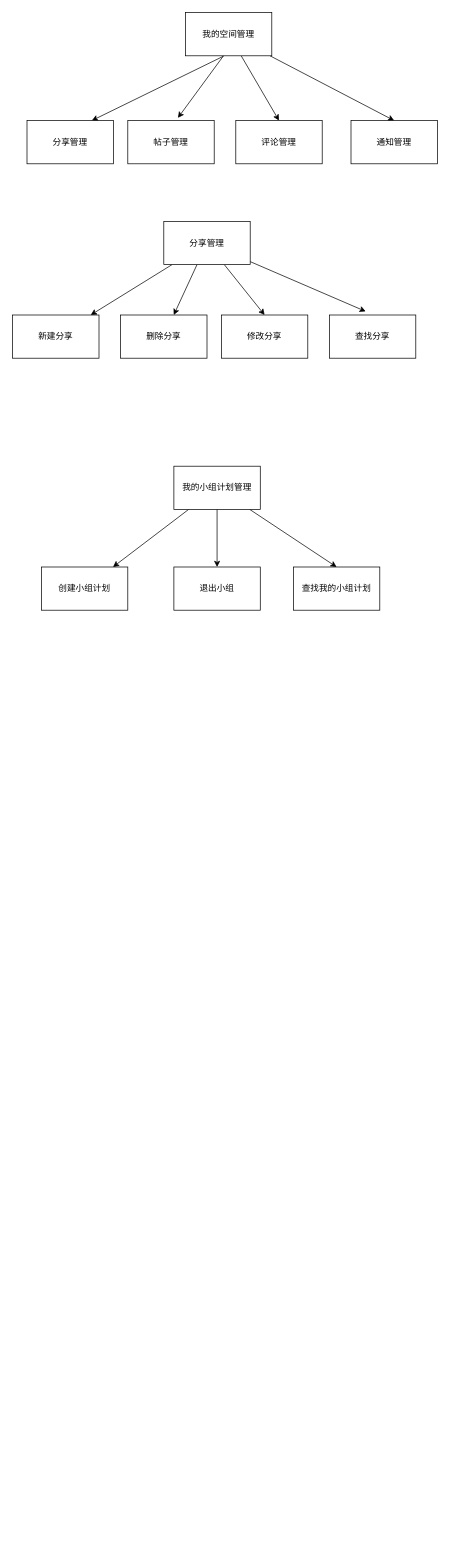
Before: mySpace_module.drawio in JohnnyLin12/GJR_BBS, a draw.io diagram. Source tidied: cells renumbered, new cells numbered last; positions are measured from the earlier drawing's top-left corner, leaving out a move shared by most shapes. Both pictures are drawn from the tidied source at 72%, with x=0, y=0 at pixel (12, 12).
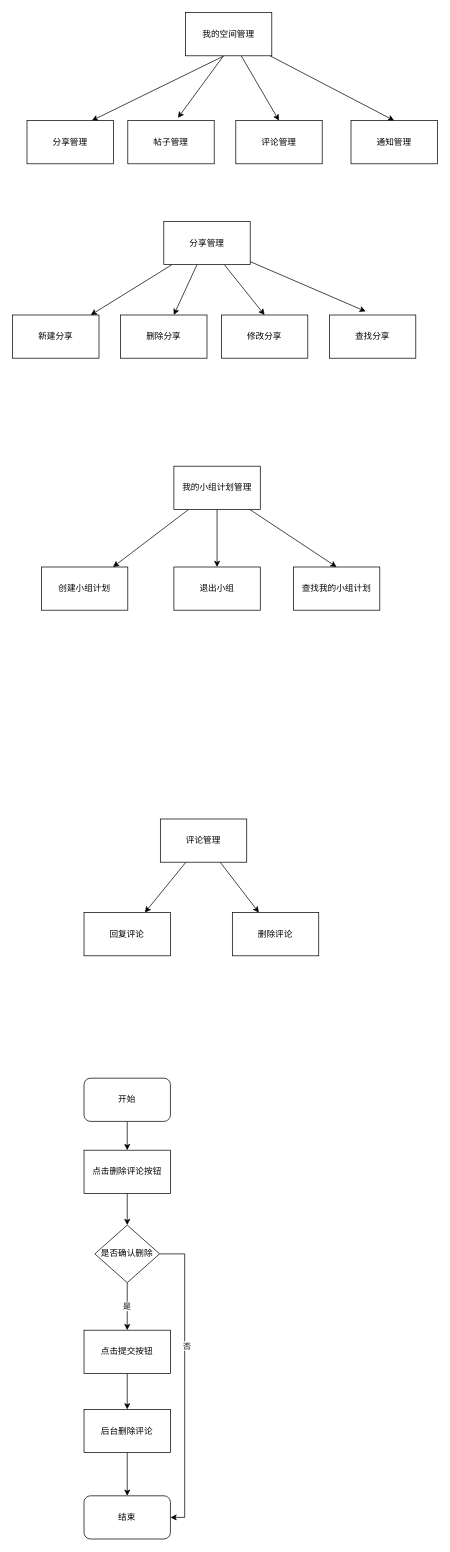
The same diagram, later.

Diff of the diagram source:
```diff
@@
+    <mxCell id="29" style="edgeStyle=none;rounded=0;jettySize=auto;html=1;" parent="1" edge="1" source="31" target="32">
+      <mxGeometry relative="1" as="geometry" />
+    </mxCell>
+    <mxCell id="30" style="edgeStyle=none;rounded=0;jettySize=auto;html=1;" parent="1" edge="1" source="31" target="33">
+      <mxGeometry relative="1" as="geometry" />
+    </mxCell>
+    <mxCell id="31" value="评论管理" style="rounded=0;whiteSpace=wrap;html=1;" parent="1" vertex="1">
+      <mxGeometry x="205.2" y="1120" width="120" height="60" as="geometry" />
+    </mxCell>
+    <mxCell id="32" value="回复评论" style="rounded=0;whiteSpace=wrap;html=1;" parent="1" vertex="1">
+      <mxGeometry x="99.2" y="1250" width="120" height="60" as="geometry" />
+    </mxCell>
+    <mxCell id="33" value="删除评论" style="rounded=0;whiteSpace=wrap;html=1;" parent="1" vertex="1">
+      <mxGeometry x="305.2" y="1250" width="120" height="60" as="geometry" />
+    </mxCell>
+    <mxCell id="34" style="edgeStyle=none;rounded=0;orthogonalLoop=1;jettySize=auto;html=1;exitX=1;exitY=0.5;exitDx=0;exitDy=0;" parent="1" edge="1">
+      <mxGeometry relative="1" as="geometry">
+        <mxPoint x="499.8" y="1290" as="sourcePoint" />
+        <mxPoint x="499.8" y="1290" as="targetPoint" />
+      </mxGeometry>
+    </mxCell>
+    <mxCell id="35" style="edgeStyle=orthogonalEdgeStyle;rounded=0;jettySize=auto;html=1;entryX=0.5;entryY=0;entryDx=0;entryDy=0;" parent="1" edge="1" source="36" target="38">
+      <mxGeometry relative="1" as="geometry" />
+    </mxCell>
+    <mxCell id="36" value="开始" style="rounded=1;whiteSpace=wrap;html=1;" parent="1" vertex="1">
+      <mxGeometry x="99.2" y="1480" width="120" height="60" as="geometry" />
+    </mxCell>
+    <mxCell id="37" style="edgeStyle=orthogonalEdgeStyle;rounded=0;jettySize=auto;html=1;" parent="1" edge="1" source="38" target="45">
+      <mxGeometry relative="1" as="geometry" />
+    </mxCell>
+    <mxCell id="38" value="点击删除评论按钮" style="rounded=0;whiteSpace=wrap;html=1;" parent="1" vertex="1">
+      <mxGeometry x="99.2" y="1580" width="120" height="60" as="geometry" />
+    </mxCell>
+    <mxCell id="39" style="edgeStyle=orthogonalEdgeStyle;rounded=0;jettySize=auto;html=1;" parent="1" edge="1" source="40" target="47">
+      <mxGeometry relative="1" as="geometry" />
+    </mxCell>
+    <mxCell id="40" value="点击提交按钮" style="whiteSpace=wrap;html=1;rounded=0;" parent="1" vertex="1">
+      <mxGeometry x="99.2" y="1830" width="120" height="60" as="geometry" />
+    </mxCell>
+    <mxCell id="41" value="结束" style="rounded=1;whiteSpace=wrap;html=1;" parent="1" vertex="1">
+      <mxGeometry x="99.2" y="2060" width="120" height="60" as="geometry" />
+    </mxCell>
+    <mxCell id="42" value="是" style="edgeStyle=orthogonalEdgeStyle;rounded=0;jettySize=auto;html=1;entryX=0.5;entryY=0;entryDx=0;entryDy=0;" parent="1" edge="1" source="45" target="40">
+      <mxGeometry relative="1" as="geometry" />
+    </mxCell>
+    <mxCell id="43" style="edgeStyle=orthogonalEdgeStyle;rounded=0;jettySize=auto;html=1;entryX=1;entryY=0.5;entryDx=0;entryDy=0;" parent="1" edge="1" source="45" target="41">
+      <mxGeometry relative="1" as="geometry">
+        <Array as="points">
+          <mxPoint x="239" y="1724" />
+          <mxPoint x="239" y="2090" />
+        </Array>
+      </mxGeometry>
+    </mxCell>
+    <mxCell id="44" value="否" style="edgeLabel;html=1;align=center;verticalAlign=middle;" parent="43" vertex="1">
+      <mxGeometry x="-0.23" y="2" relative="1" as="geometry" />
+    </mxCell>
+    <mxCell id="45" value="&lt;span&gt;是否确认删除&lt;/span&gt;" style="rhombus;whiteSpace=wrap;html=1;rounded=0;" parent="1" vertex="1">
+      <mxGeometry x="114.2" y="1684" width="90" height="80" as="geometry" />
+    </mxCell>
+    <mxCell id="46" style="edgeStyle=orthogonalEdgeStyle;rounded=0;jettySize=auto;html=1;entryX=0.5;entryY=0;entryDx=0;entryDy=0;" parent="1" edge="1" source="47" target="41">
+      <mxGeometry relative="1" as="geometry" />
+    </mxCell>
+    <mxCell id="47" value="后台删除评论" style="whiteSpace=wrap;html=1;rounded=0;" parent="1" vertex="1">
+      <mxGeometry x="99.2" y="1940" width="120" height="60" as="geometry" />
+    </mxCell>
```
